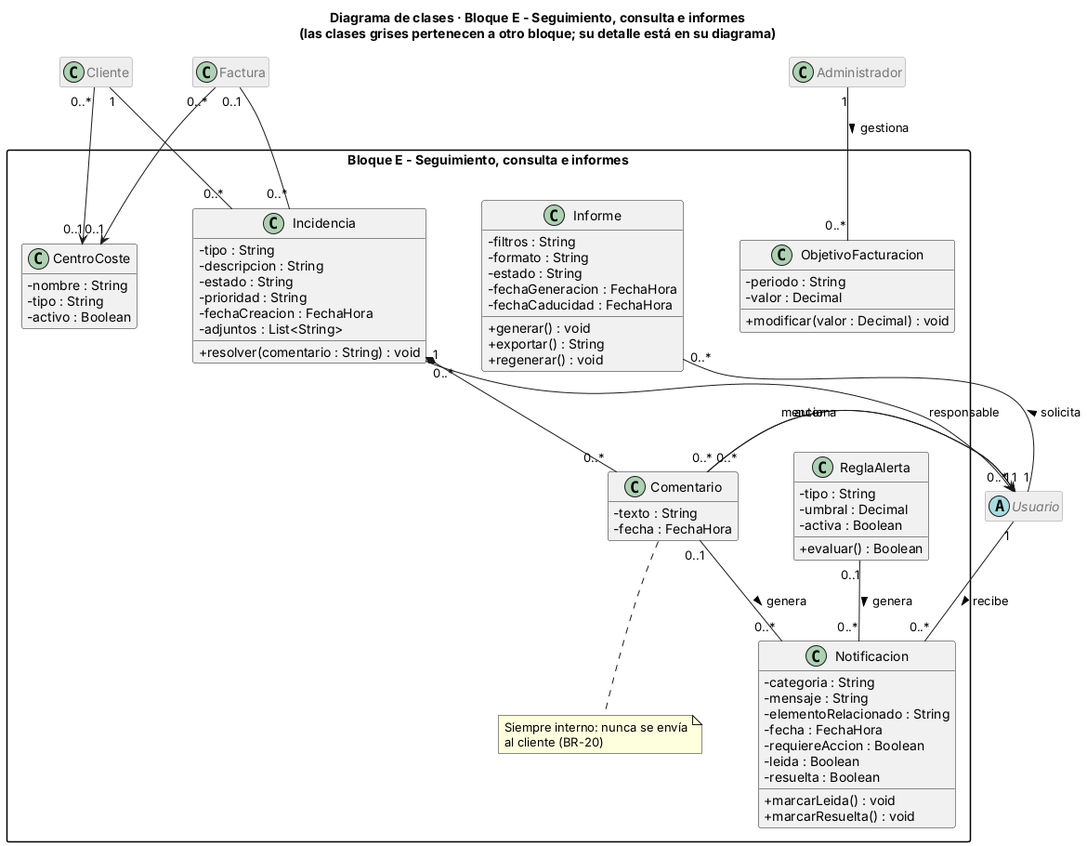
Earlier version of the PlantUML export BORRADORES/Borradores_Diagrama_De_Clases/PROPUESTA_PABLO_FERNANDEZ_CARABANTES/POSIBLE PUESTA EN COMUN/diagrama_clases_bloque_E.png (suqihao-star/JIRAFAS). Its diagram source:
```plantuml
@startuml clases_bloque_E
skinparam classAttributeIconSize 0
skinparam packageStyle rectangle
skinparam nodesep 60
skinparam ranksep 70
hide empty members
title Diagrama de clases · Bloque E - Seguimiento, consulta e informes\n(las clases grises pertenecen a otro bloque; su detalle está en su diagrama)
skinparam class {
  BackgroundColor<<otroBloque>> #EEEEEE
  BorderColor<<otroBloque>> #999999
  FontColor<<otroBloque>> #777777
}
hide <<otroBloque>> stereotype
hide <<otroBloque>> members

package "Bloque E - Seguimiento, consulta e informes" {

  class Notificacion {
    - categoria : String
    - mensaje : String
    - elementoRelacionado : String
    - fecha : FechaHora
    - requiereAccion : Boolean
    - leida : Boolean
    - resuelta : Boolean
    + marcarLeida() : void
    + marcarResuelta() : void
  }

  class ReglaAlerta {
    - tipo : String
    - umbral : Decimal
    - activa : Boolean
    + evaluar() : Boolean
  }

  class Incidencia {
    - tipo : String
    - descripcion : String
    - estado : String
    - prioridad : String
    - fechaCreacion : FechaHora
    - adjuntos : List<String>
    + resolver(comentario : String) : void
  }

  class Comentario {
    - texto : String
    - fecha : FechaHora
  }
  note bottom of Comentario
    Siempre interno: nunca se envía
    al cliente (BR-20)
  end note

  class Informe {
    - filtros : String
    - formato : String
    - estado : String
    - fechaGeneracion : FechaHora
    - fechaCaducidad : FechaHora
    + generar() : void
    + exportar() : String
    + regenerar() : void
  }

  class ObjetivoFacturacion {
    - periodo : String
    - valor : Decimal
    + modificar(valor : Decimal) : void
  }

  class CentroCoste {
    - nombre : String
    - tipo : String
    - activo : Boolean
  }
}

abstract class Usuario <<otroBloque>>
class Cliente <<otroBloque>>
class Factura <<otroBloque>>
class Administrador <<otroBloque>>

Usuario "1" -- "0..*" Notificacion : recibe >
ReglaAlerta "0..1" -- "0..*" Notificacion : genera >
Cliente "1" -- "0..*" Incidencia
Factura "0..1" -- "0..*" Incidencia
Incidencia "0..*" --> "1" Usuario : responsable
Incidencia "1" *-- "0..*" Comentario
Comentario "0..*" --> "1" Usuario : autor
Comentario "0..*" --> "0..*" Usuario : menciona
Comentario "0..1" -- "0..*" Notificacion : genera >
Usuario "1" -- "0..*" Informe : solicita >
Factura "0..*" --> "0..1" CentroCoste
Cliente "0..*" --> "0..1" CentroCoste
Administrador "1" -- "0..*" ObjetivoFacturacion : gestiona >
@enduml
```
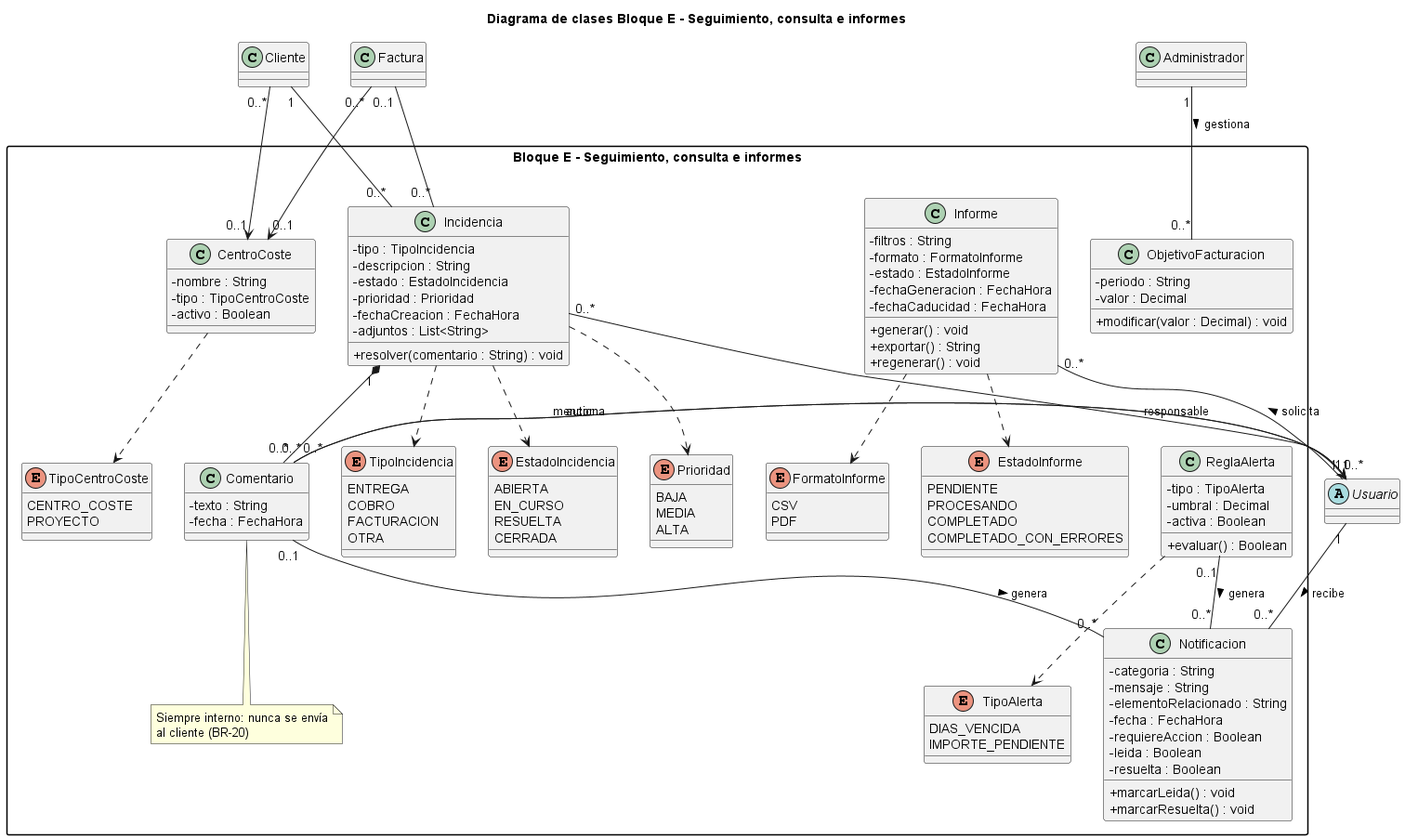
The same file after the commit.

Commit message:
Imagenes diagramas de clases por bloques con ENUM

Diff of the diagram source:
```diff
@@ -1,20 +1,9 @@
-@startuml clases_bloque_E
+@startuml diagrama_clases_bloque_E
+title Diagrama de clases Bloque E - Seguimiento, consulta e informes
 skinparam classAttributeIconSize 0
 skinparam packageStyle rectangle
-skinparam nodesep 60
-skinparam ranksep 70
-hide empty members
-title Diagrama de clases · Bloque E - Seguimiento, consulta e informes\n(las clases grises pertenecen a otro bloque; su detalle está en su diagrama)
-skinparam class {
-  BackgroundColor<<otroBloque>> #EEEEEE
-  BorderColor<<otroBloque>> #999999
-  FontColor<<otroBloque>> #777777
-}
-hide <<otroBloque>> stereotype
-hide <<otroBloque>> members
 
 package "Bloque E - Seguimiento, consulta e informes" {
-
   class Notificacion {
     - categoria : String
     - mensaje : String
@@ -28,22 +17,21 @@
   }
 
   class ReglaAlerta {
-    - tipo : String
+    - tipo : TipoAlerta
     - umbral : Decimal
     - activa : Boolean
     + evaluar() : Boolean
   }
 
   class Incidencia {
-    - tipo : String
+    - tipo : TipoIncidencia
     - descripcion : String
-    - estado : String
-    - prioridad : String
+    - estado : EstadoIncidencia
+    - prioridad : Prioridad
     - fechaCreacion : FechaHora
     - adjuntos : List<String>
     + resolver(comentario : String) : void
   }
-
   class Comentario {
     - texto : String
     - fecha : FechaHora
@@ -52,11 +40,10 @@
     Siempre interno: nunca se envía
     al cliente (BR-20)
   end note
-
   class Informe {
     - filtros : String
-    - formato : String
-    - estado : String
+    - formato : FormatoInforme
+    - estado : EstadoInforme
     - fechaGeneracion : FechaHora
     - fechaCaducidad : FechaHora
     + generar() : void
@@ -72,15 +59,51 @@
 
   class CentroCoste {
     - nombre : String
-    - tipo : String
+    - tipo : TipoCentroCoste
     - activo : Boolean
+  }
+
+  enum TipoAlerta {
+    DIAS_VENCIDA
+    IMPORTE_PENDIENTE
+  }
+  enum TipoIncidencia {
+    ENTREGA
+    COBRO
+    FACTURACION
+    OTRA
+  }
+  enum EstadoIncidencia {
+    ABIERTA
+    EN_CURSO
+    RESUELTA
+    CERRADA
+  }
+  enum Prioridad {
+    BAJA
+    MEDIA
+    ALTA
+  }
+  enum FormatoInforme {
+    CSV
+    PDF
+  }
+  enum EstadoInforme {
+    PENDIENTE
+    PROCESANDO
+    COMPLETADO
+    COMPLETADO_CON_ERRORES
+  }
+  enum TipoCentroCoste {
+    CENTRO_COSTE
+    PROYECTO
   }
 }
 
-abstract class Usuario <<otroBloque>>
-class Cliente <<otroBloque>>
-class Factura <<otroBloque>>
-class Administrador <<otroBloque>>
+abstract class Usuario
+class Cliente
+class Factura
+class Administrador
 
 Usuario "1" -- "0..*" Notificacion : recibe >
 ReglaAlerta "0..1" -- "0..*" Notificacion : genera >
@@ -95,4 +118,11 @@
 Factura "0..*" --> "0..1" CentroCoste
 Cliente "0..*" --> "0..1" CentroCoste
 Administrador "1" -- "0..*" ObjetivoFacturacion : gestiona >
+ReglaAlerta ..> TipoAlerta
+Incidencia ..> TipoIncidencia
+Incidencia ..> EstadoIncidencia
+Incidencia ..> Prioridad
+Informe ..> FormatoInforme
+Informe ..> EstadoInforme
+CentroCoste ..> TipoCentroCoste
 @enduml
```
